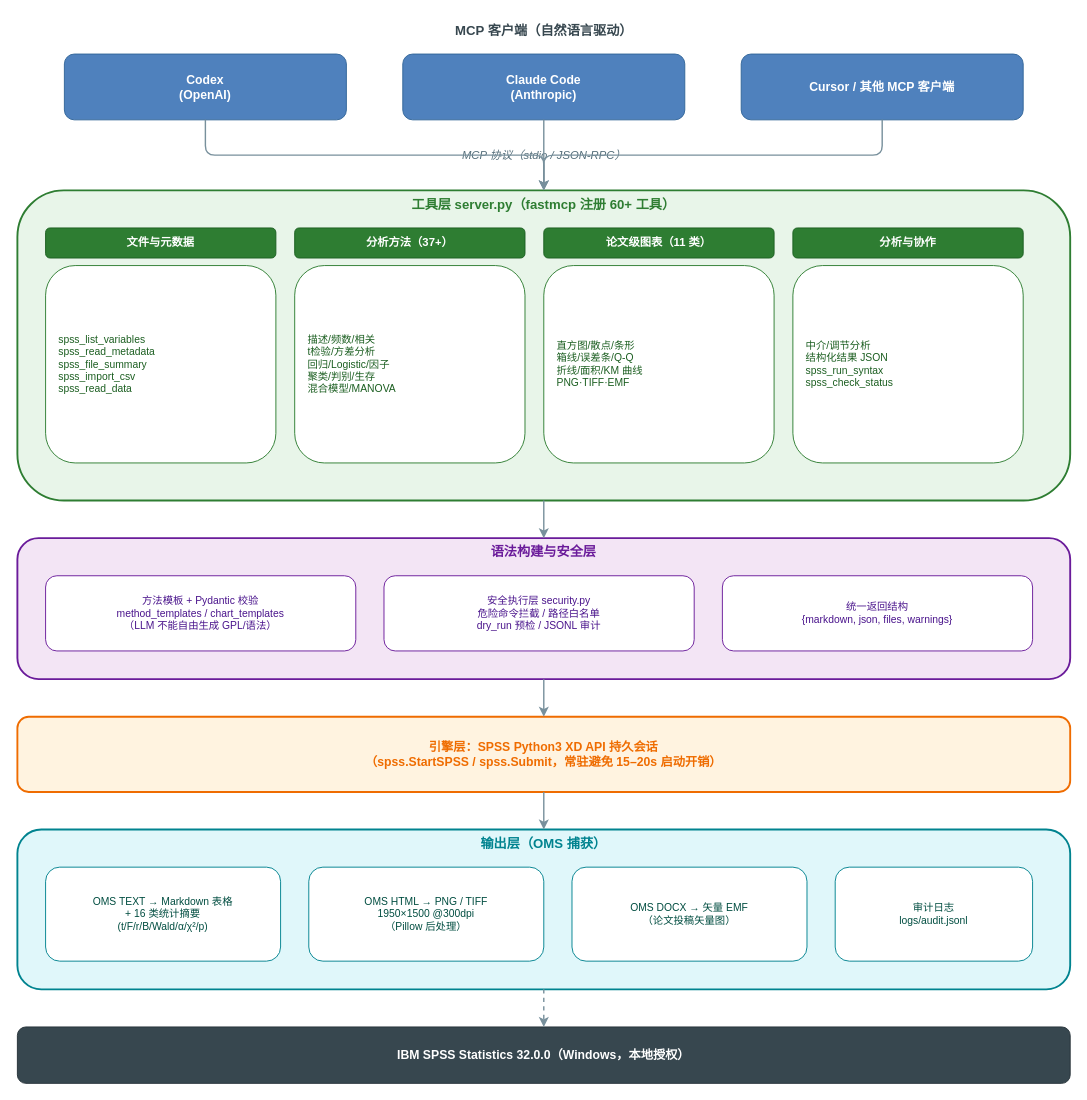
Above: docs/diagrams/architecture.drawio in CongJyu/spss-studio-mcp (draw.io), before the change. Source tidied: cells renumbered, new cells numbered last; positions are measured from the earlier drawing's top-left corner, leaving out a move shared by most shapes. Both pictures are drawn from the tidied source at 94%, with x=0, y=0 at pixel (17, 16).
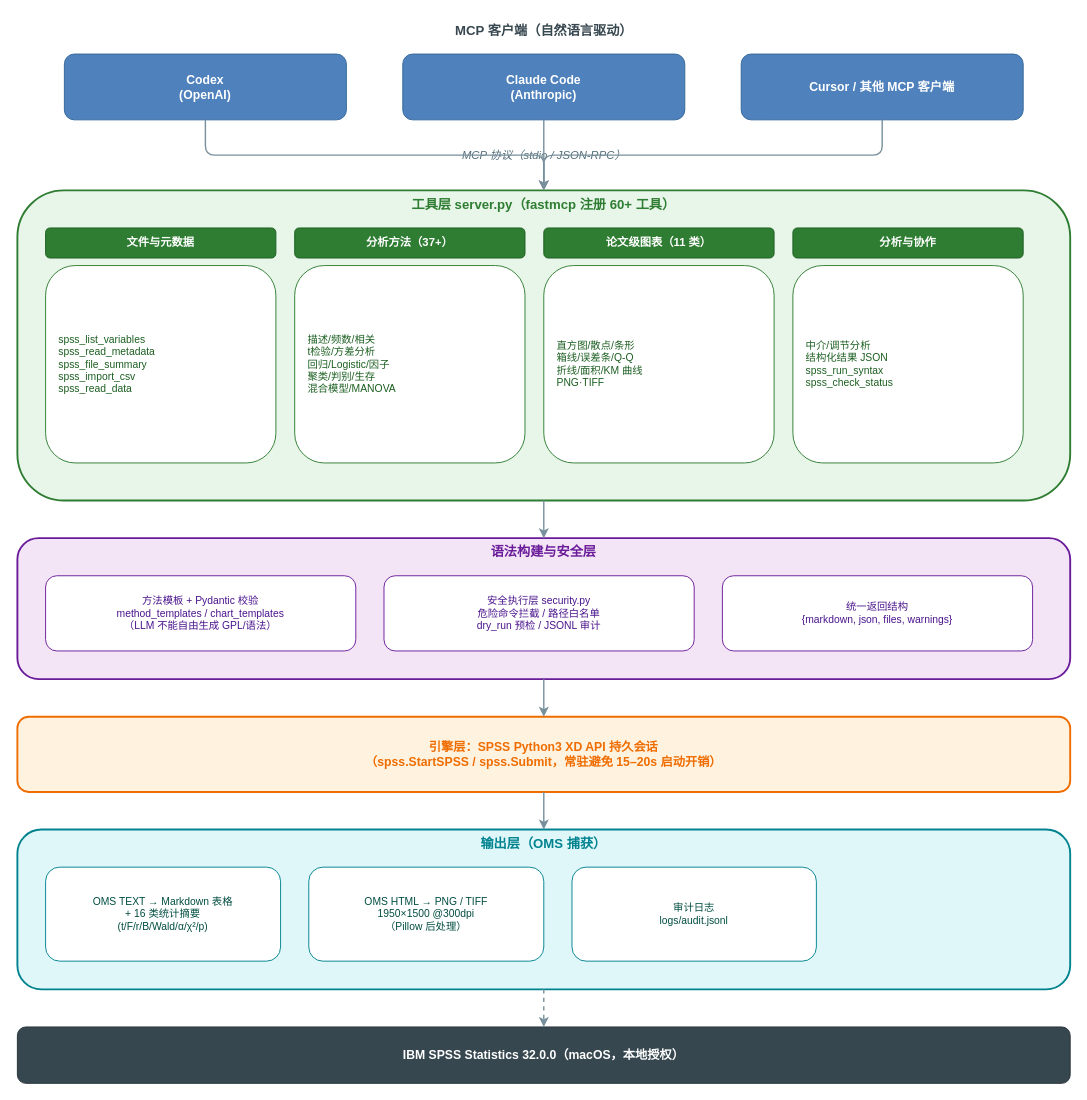
After the change.

The edit, as a diff of the source:
```diff
@@
-    <mxCell id="13" value="直方图/散点/条形&#10;箱线/误差条/Q-Q&#10;折线/面积/KM 曲线&#10;PNG·TIFF·EMF" style="rounded=1;whiteSpace=wrap;html=1;fillColor=#FFFFFF;strokeColor=#2E7D32;dashed=0;align=left;spacingLeft=12;fontSize=11;fontColor=#1B5E20;" parent="1" vertex="1">
+    <mxCell id="13" value="直方图/散点/条形&#10;箱线/误差条/Q-Q&#10;折线/面积/KM 曲线&#10;PNG·TIFF" style="rounded=1;whiteSpace=wrap;html=1;fillColor=#FFFFFF;strokeColor=#2E7D32;dashed=0;align=left;spacingLeft=12;fontSize=11;fontColor=#1B5E20;" parent="1" vertex="1">
       <mxGeometry x="560" y="265" width="245" height="210" as="geometry" />
     </mxCell>
@@
-    <mxCell id="24" value="OMS DOCX → 矢量 EMF&#10;（论文投稿矢量图）" style="rounded=1;whiteSpace=wrap;html=1;fillColor=#FFFFFF;strokeColor=#00838F;fontSize=11;fontColor=#004D40;" parent="1" vertex="1">
-      <mxGeometry x="590" y="905" width="250" height="100" as="geometry" />
-    </mxCell>
     <mxCell id="25" value="审计日志&#10;logs/audit.jsonl" style="rounded=1;whiteSpace=wrap;html=1;fillColor=#FFFFFF;strokeColor=#00838F;fontSize=11;fontColor=#004D40;" parent="1" vertex="1">
-      <mxGeometry x="870" y="905" width="210" height="100" as="geometry" />
+      <mxGeometry x="590" y="905" width="260" height="100" as="geometry" />
     </mxCell>
-    <mxCell id="26" value="IBM SPSS Statistics 32.0.0（Windows，本地授权）" style="rounded=1;whiteSpace=wrap;html=1;fillColor=#37474F;strokeColor=#263238;fontColor=#FFFFFF;fontStyle=1;fontSize=13;" parent="1" vertex="1">
+    <mxCell id="26" value="IBM SPSS Statistics 32.0.0（macOS，本地授权）" style="rounded=1;whiteSpace=wrap;html=1;fillColor=#37474F;strokeColor=#263238;fontColor=#FFFFFF;fontStyle=1;fontSize=13;" parent="1" vertex="1">
       <mxGeometry y="1075" width="1120" height="60" as="geometry" />
     </mxCell>
```
